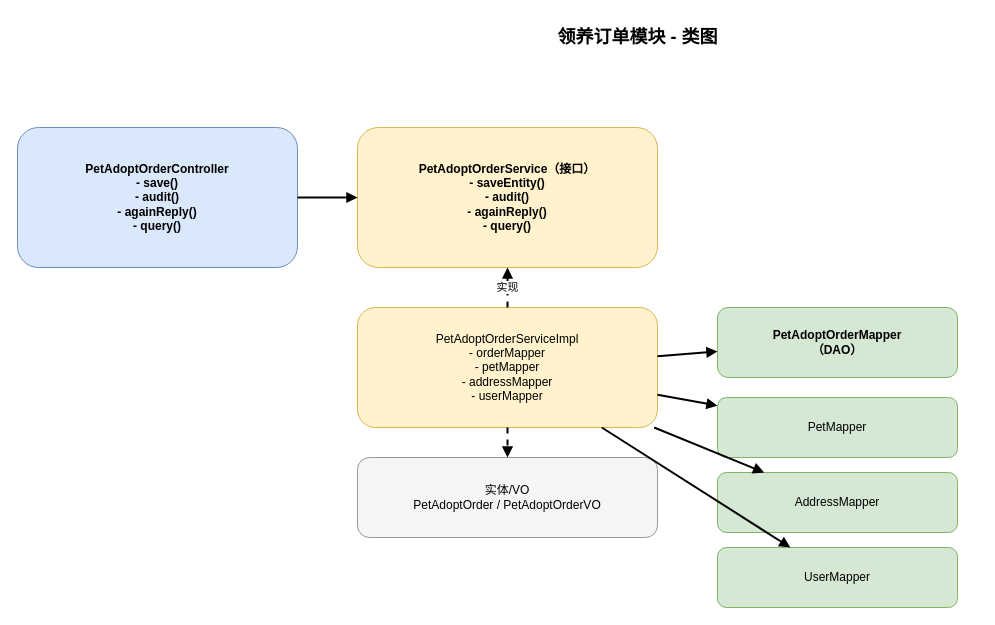
Above: page "第 2 页" (2 of 14) of 第五章-领养申请抽屉界面状态转换图.drawio in wuan0232/test (draw.io), before the change. Source tidied: cells renumbered, new cells numbered last; positions are measured from the earlier drawing's top-left corner, leaving out a move shared by most shapes. Both pictures are drawn from the tidied source at 100%, with x=0, y=0 at pixel (17, 17).
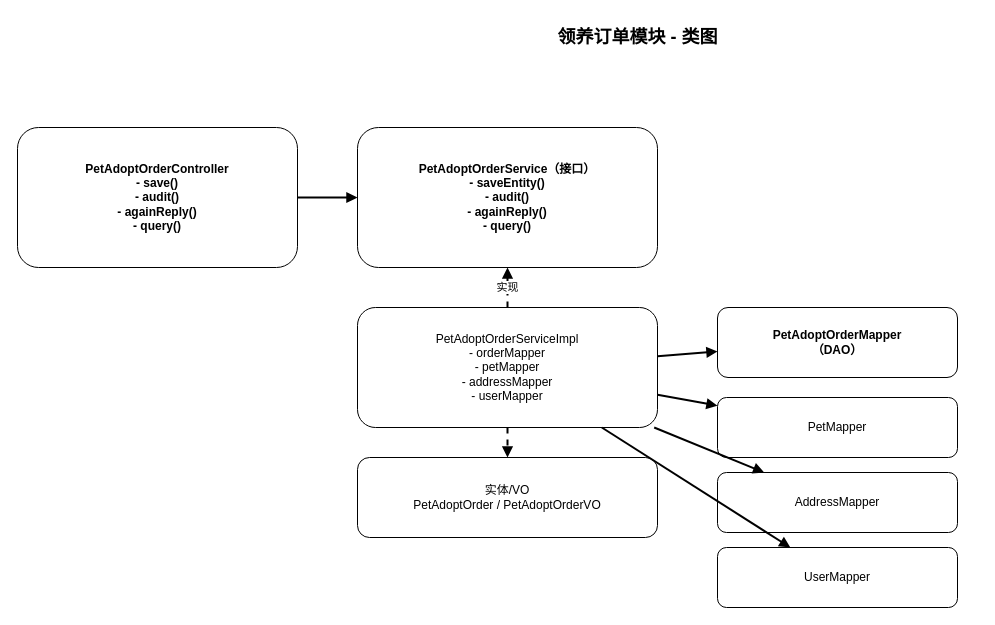
Above is the later version.

What changed in the source:
```diff
@@
 <mxGraphModel>
   <root>
     <mxCell id="0" />
     <mxCell id="1" parent="0" />
     <mxCell id="2" value="领养订单模块 - 类图" style="text;html=1;align=center;verticalAlign=middle;fontSize=18;fontStyle=1;" parent="1" vertex="1">
       <mxGeometry x="280" width="680" height="40" as="geometry" />
     </mxCell>
-    <mxCell id="3" value="PetAdoptOrderController&#10;- save()&#10;- audit()&#10;- againReply()&#10;- query()" style="rounded=1;whiteSpace=wrap;html=1;fillColor=#DAE8FC;strokeColor=#6C8EBF;fontStyle=1;" parent="1" vertex="1">
+    <mxCell id="3" value="PetAdoptOrderController&#10;- save()&#10;- audit()&#10;- againReply()&#10;- query()" style="rounded=1;whiteSpace=wrap;html=1;fontStyle=1;" parent="1" vertex="1">
       <mxGeometry y="110" width="280" height="140" as="geometry" />
     </mxCell>
-    <mxCell id="4" value="PetAdoptOrderService（接口）&#10;- saveEntity()&#10;- audit()&#10;- againReply()&#10;- query()" style="rounded=1;whiteSpace=wrap;html=1;fillColor=#FFF2CC;strokeColor=#D6B656;fontStyle=1;" parent="1" vertex="1">
+    <mxCell id="4" value="PetAdoptOrderService（接口）&#10;- saveEntity()&#10;- audit()&#10;- againReply()&#10;- query()" style="rounded=1;whiteSpace=wrap;html=1;fontStyle=1;" parent="1" vertex="1">
       <mxGeometry x="340" y="110" width="300" height="140" as="geometry" />
     </mxCell>
-    <mxCell id="5" value="PetAdoptOrderServiceImpl&#10;- orderMapper&#10;- petMapper&#10;- addressMapper&#10;- userMapper" style="rounded=1;whiteSpace=wrap;html=1;fillColor=#FFF2CC;strokeColor=#D6B656;" parent="1" vertex="1">
+    <mxCell id="5" value="PetAdoptOrderServiceImpl&#10;- orderMapper&#10;- petMapper&#10;- addressMapper&#10;- userMapper" style="rounded=1;whiteSpace=wrap;html=1;" parent="1" vertex="1">
       <mxGeometry x="340" y="290" width="300" height="120" as="geometry" />
     </mxCell>
-    <mxCell id="6" value="PetAdoptOrderMapper&#10;（DAO）" style="rounded=1;whiteSpace=wrap;html=1;fillColor=#D5E8D4;strokeColor=#82B366;fontStyle=1;" parent="1" vertex="1">
+    <mxCell id="6" value="PetAdoptOrderMapper&#10;（DAO）" style="rounded=1;whiteSpace=wrap;html=1;fontStyle=1;" parent="1" vertex="1">
       <mxGeometry x="700" y="290" width="240" height="70" as="geometry" />
     </mxCell>
-    <mxCell id="7" value="PetMapper" style="rounded=1;whiteSpace=wrap;html=1;fillColor=#D5E8D4;strokeColor=#82B366;" parent="1" vertex="1">
+    <mxCell id="7" value="PetMapper" style="rounded=1;whiteSpace=wrap;html=1;" parent="1" vertex="1">
       <mxGeometry x="700" y="380" width="240" height="60" as="geometry" />
     </mxCell>
-    <mxCell id="8" value="AddressMapper" style="rounded=1;whiteSpace=wrap;html=1;fillColor=#D5E8D4;strokeColor=#82B366;" parent="1" vertex="1">
+    <mxCell id="8" value="AddressMapper" style="rounded=1;whiteSpace=wrap;html=1;" parent="1" vertex="1">
       <mxGeometry x="700" y="455" width="240" height="60" as="geometry" />
     </mxCell>
-    <mxCell id="9" value="UserMapper" style="rounded=1;whiteSpace=wrap;html=1;fillColor=#D5E8D4;strokeColor=#82B366;" parent="1" vertex="1">
+    <mxCell id="9" value="UserMapper" style="rounded=1;whiteSpace=wrap;html=1;" parent="1" vertex="1">
       <mxGeometry x="700" y="530" width="240" height="60" as="geometry" />
     </mxCell>
-    <mxCell id="10" value="实体/VO&#10;PetAdoptOrder / PetAdoptOrderVO" style="rounded=1;whiteSpace=wrap;html=1;fillColor=#F5F5F5;strokeColor=#999999;" parent="1" vertex="1">
+    <mxCell id="10" value="实体/VO&#10;PetAdoptOrder / PetAdoptOrderVO" style="rounded=1;whiteSpace=wrap;html=1;" parent="1" vertex="1">
       <mxGeometry x="340" y="440" width="300" height="80" as="geometry" />
     </mxCell>
     <mxCell id="11" style="endArrow=block;html=1;strokeWidth=2;" parent="1" edge="1" source="3" target="4">
       <mxGeometry relative="1" as="geometry" />
     </mxCell>
     <mxCell id="12" value="实现" style="endArrow=block;html=1;strokeWidth=2;dashed=1;" parent="1" edge="1" source="5" target="4">
       <mxGeometry relative="1" as="geometry" />
     </mxCell>
     <mxCell id="13" style="endArrow=block;html=1;strokeWidth=2;" parent="1" edge="1" source="5" target="6">
       <mxGeometry relative="1" as="geometry" />
     </mxCell>
     <mxCell id="14" style="endArrow=block;html=1;strokeWidth=2;" parent="1" edge="1" source="5" target="7">
       <mxGeometry relative="1" as="geometry" />
     </mxCell>
     <mxCell id="15" style="endArrow=block;html=1;strokeWidth=2;" parent="1" edge="1" source="5" target="8">
       <mxGeometry relative="1" as="geometry" />
     </mxCell>
     <mxCell id="16" style="endArrow=block;html=1;strokeWidth=2;" parent="1" edge="1" source="5" target="9">
       <mxGeometry relative="1" as="geometry" />
     </mxCell>
     <mxCell id="17" style="endArrow=block;html=1;strokeWidth=2;dashed=1;" parent="1" edge="1" source="5" target="10">
       <mxGeometry relative="1" as="geometry" />
     </mxCell>
   </root>
 </mxGraphModel>
```
